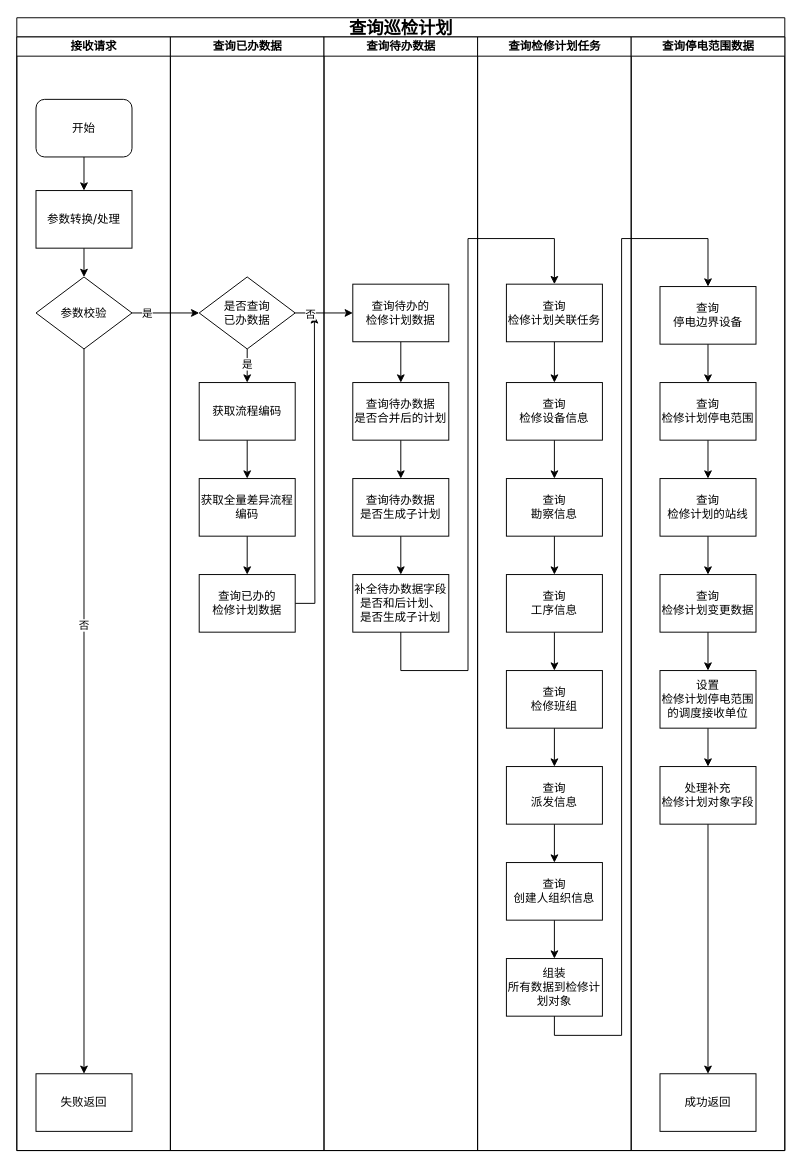
Earlier version of the draw.io diagram 查询检修计划.drawio (wwwwbo/myDraw). Source tidied: cells renumbered, new cells numbered last; positions are measured from the earlier drawing's top-left corner, leaving out a move shared by most shapes. Both pictures are drawn from the tidied source at 96%, with x=0, y=0 at pixel (16, 17).
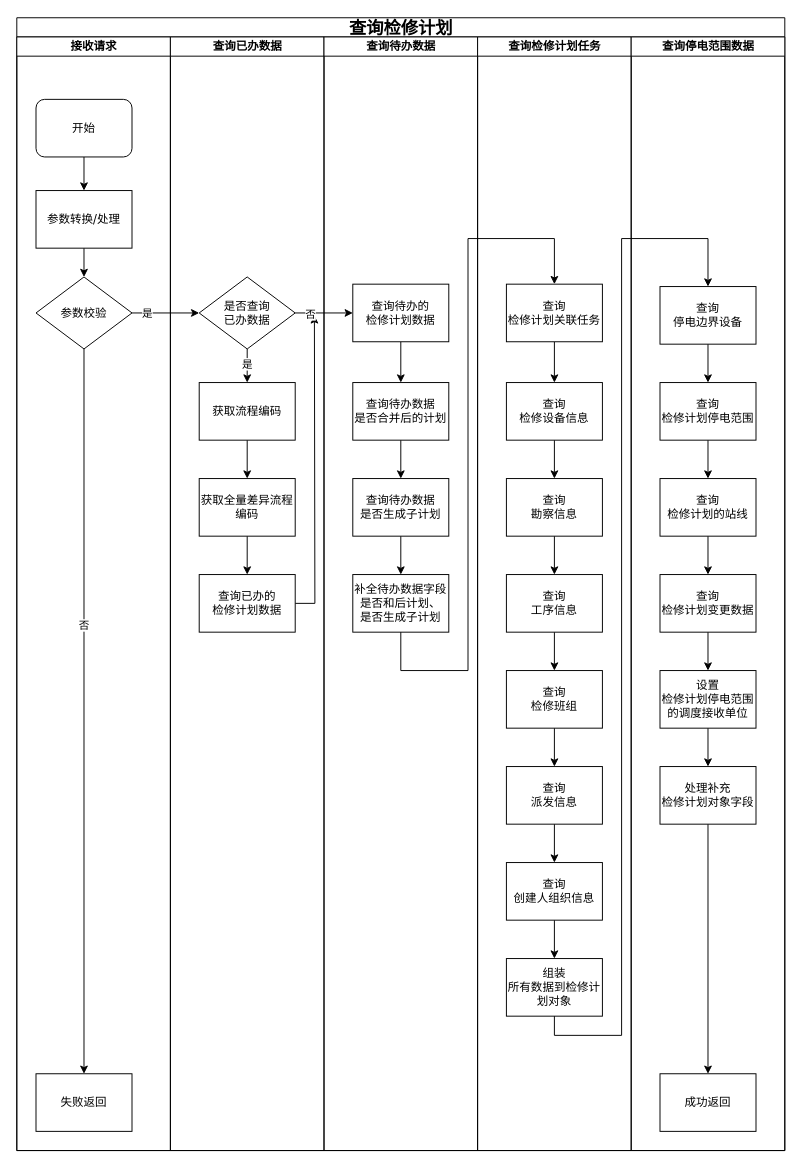
The same page after the edit.

Commit message:
更新查询检修计划.drawio

Change to the diagram source:
```diff
@@
-    <mxCell id="2" value="&lt;font style=&quot;font-size: 18px;&quot;&gt;查询巡检计划&lt;/font&gt;" style="swimlane;html=1;startSize=20;rounded=0;shadow=0;labelBackgroundColor=none;strokeWidth=1;fontFamily=Verdana;fontSize=8;align=center;" parent="1" vertex="1">
+    <mxCell id="2" value="&lt;font style=&quot;font-size: 18px;&quot;&gt;查询检修计划&lt;/font&gt;" style="swimlane;html=1;startSize=20;rounded=0;shadow=0;labelBackgroundColor=none;strokeWidth=1;fontFamily=Verdana;fontSize=8;align=center;" parent="1" vertex="1">
       <mxGeometry width="800" height="1180" as="geometry" />
     </mxCell>
```
